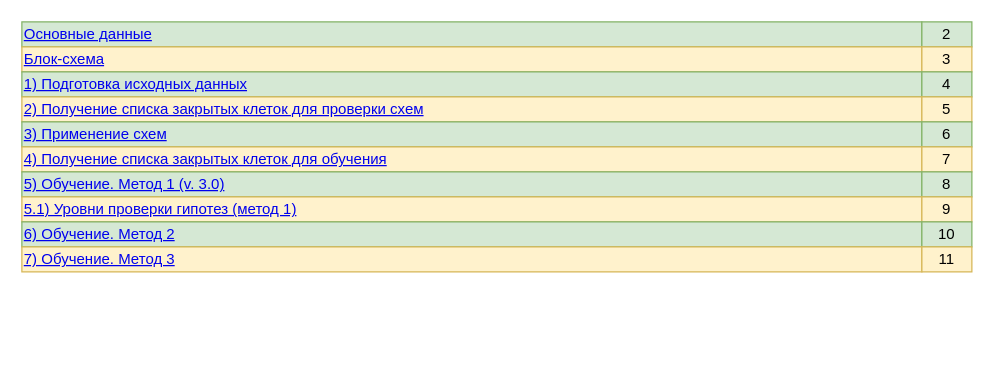
Before: page "Оглавление" (1 of 12) of docs/Сапёр. Описание работы.drawio in xex238/Diploma_2022, a draw.io diagram. Source tidied: cells renumbered, new cells numbered last; positions are measured from the earlier drawing's top-left corner, leaving out a move shared by most shapes. Both pictures are drawn from the tidied source at 125%, with x=0, y=0 at pixel (21, 21).
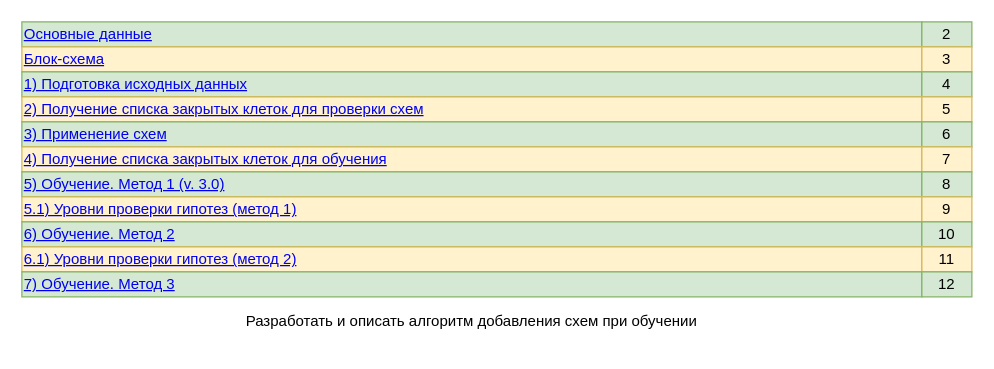
The same page after the edit.

Change to the diagram source:
```diff
@@
-    <mxCell id="20" value="&lt;a href=&quot;data:page/id,YfBf28iRcF_CujNrgWZi&quot;&gt;7) Обучение. Метод 3&lt;/a&gt;" style="text;html=1;strokeColor=#d6b656;fillColor=#fff2cc;align=left;verticalAlign=middle;whiteSpace=wrap;rounded=0;" parent="1" vertex="1">
+    <mxCell id="20" value="&lt;a href=&quot;data:page/id,sVtJ5rr1kiKgxiSxBSXW&quot;&gt;6.1) Уровни проверки гипотез (метод 2)&lt;/a&gt;" style="text;html=1;strokeColor=#d6b656;fillColor=#fff2cc;align=left;verticalAlign=middle;whiteSpace=wrap;rounded=0;" parent="1" vertex="1">
       <mxGeometry y="180" width="720" height="20" as="geometry" />
     </mxCell>
@@
+    <mxCell id="22" value="Разработать и описать алгоритм добавления схем при обучении" style="text;html=1;strokeColor=none;fillColor=none;align=center;verticalAlign=middle;whiteSpace=wrap;rounded=0;" parent="1" vertex="1">
+      <mxGeometry y="220" width="720" height="40" as="geometry" />
+    </mxCell>
+    <mxCell id="23" value="&lt;a href=&quot;data:page/id,YfBf28iRcF_CujNrgWZi&quot;&gt;7) Обучение. Метод 3&lt;/a&gt;" style="text;html=1;strokeColor=#82b366;fillColor=#d5e8d4;align=left;verticalAlign=middle;whiteSpace=wrap;rounded=0;" parent="1" vertex="1">
+      <mxGeometry y="200" width="720" height="20" as="geometry" />
+    </mxCell>
+    <mxCell id="24" value="12" style="text;html=1;strokeColor=#82b366;fillColor=#d5e8d4;align=center;verticalAlign=middle;whiteSpace=wrap;rounded=0;" parent="1" vertex="1">
+      <mxGeometry x="720" y="200" width="40" height="20" as="geometry" />
+    </mxCell>
```
